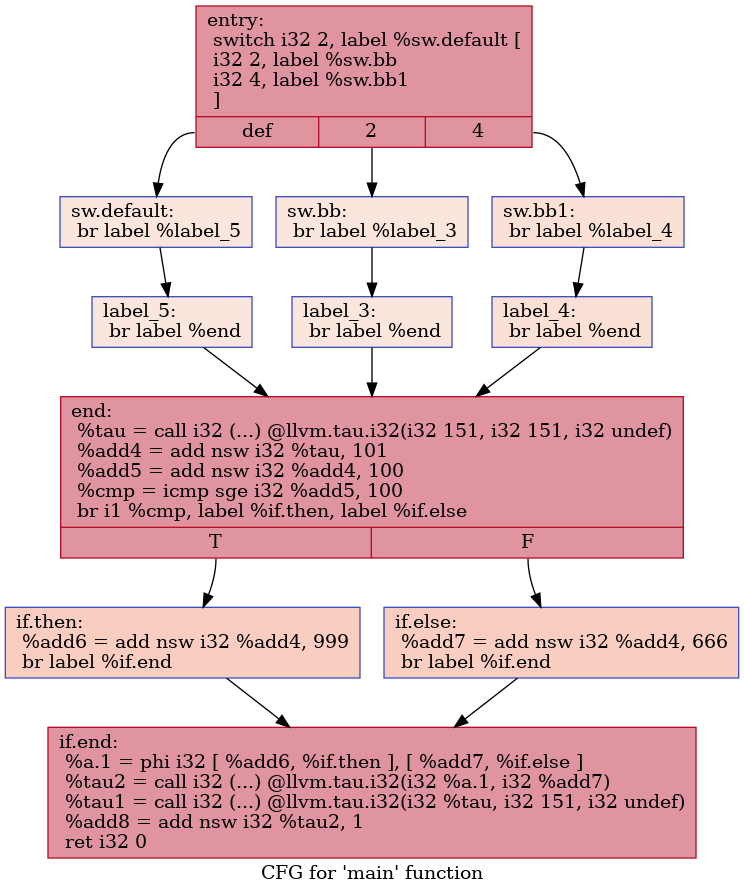
Earlier version of the Graphviz export IR/cfg/specSCCP_HPSSA.dot.png (HPSSA-LLVM/HPSSA-LLVM). Its source is kept beside it as IR/cfg/specSCCP_HPSSA.dot.
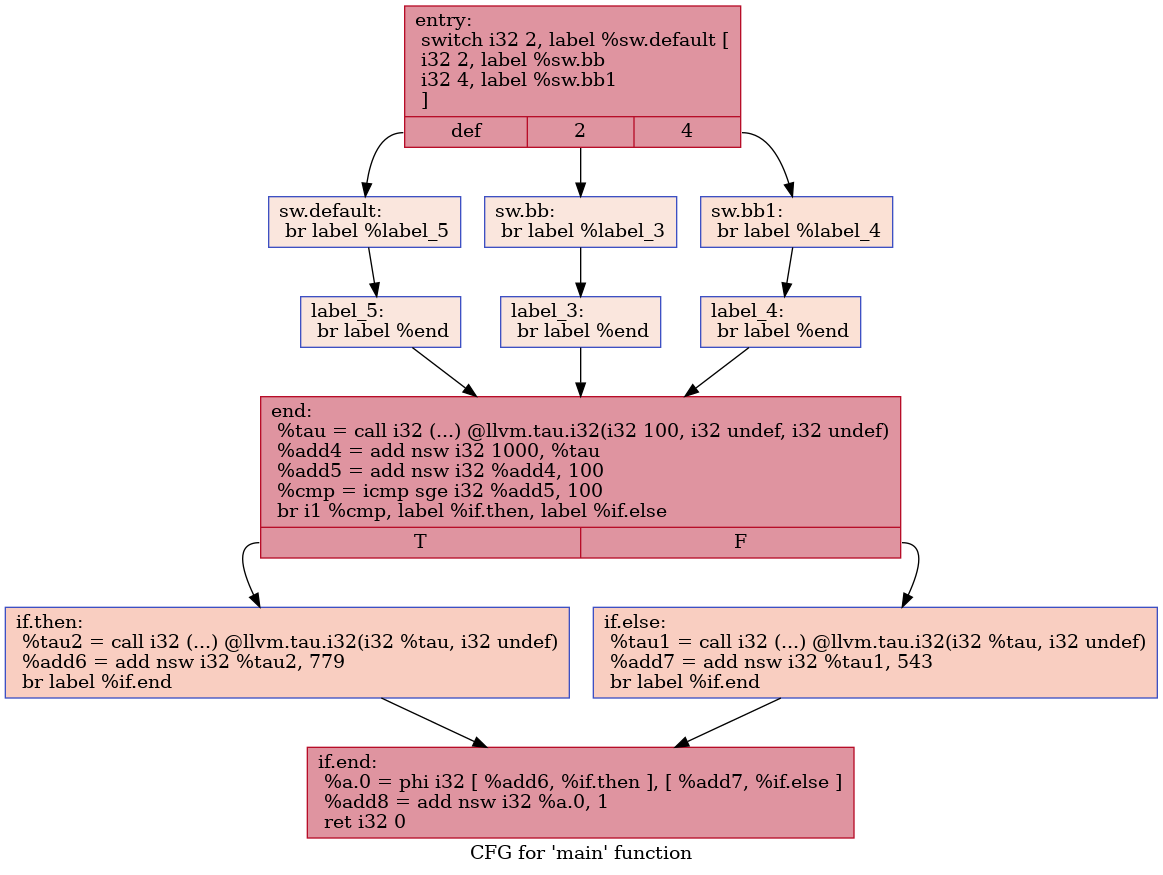
The same diagram one commit later.

What changed in the source:
```diff
@@ -1,28 +1,28 @@
 digraph "CFG for 'main' function" {
 	label="CFG for 'main' function";
 
-	Node0x5556ec7e8900 [shape=record,color="#b70d28ff", style=filled, fillcolor="#b70d2870",label="{entry:\l  switch i32 2, label %sw.default [\l    i32 2, label %sw.bb\l    i32 4, label %sw.bb1\l  ]\l|{<s0>def|<s1>2|<s2>4}}"];
-	Node0x5556ec7e8900:s0 -> Node0x5556ec7e8a30;
-	Node0x5556ec7e8900:s1 -> Node0x5556ec7e8ab0;
-	Node0x5556ec7e8900:s2 -> Node0x5556ec7e8b50;
-	Node0x5556ec7e8ab0 [shape=record,color="#3d50c3ff", style=filled, fillcolor="#f3c7b170",label="{sw.bb:                                            \l  br label %label_3\l}"];
-	Node0x5556ec7e8ab0 -> Node0x5556ec7e8ce0;
-	Node0x5556ec7e8b50 [shape=record,color="#3d50c3ff", style=filled, fillcolor="#f7bca170",label="{sw.bb1:                                           \l  br label %label_4\l}"];
-	Node0x5556ec7e8b50 -> Node0x5556ec7e8dc0;
-	Node0x5556ec7e8a30 [shape=record,color="#3d50c3ff", style=filled, fillcolor="#f3c7b170",label="{sw.default:                                       \l  br label %label_5\l}"];
-	Node0x5556ec7e8a30 -> Node0x5556ec7e8ea0;
-	Node0x5556ec7e8ce0 [shape=record,color="#3d50c3ff", style=filled, fillcolor="#f3c7b170",label="{label_3:                                          \l  br label %end\l}"];
-	Node0x5556ec7e8ce0 -> Node0x5556ec7e8f80;
-	Node0x5556ec7e8dc0 [shape=record,color="#3d50c3ff", style=filled, fillcolor="#f7bca170",label="{label_4:                                          \l  br label %end\l}"];
-	Node0x5556ec7e8dc0 -> Node0x5556ec7e8f80;
-	Node0x5556ec7e8ea0 [shape=record,color="#3d50c3ff", style=filled, fillcolor="#f3c7b170",label="{label_5:                                          \l  br label %end\l}"];
-	Node0x5556ec7e8ea0 -> Node0x5556ec7e8f80;
-	Node0x5556ec7e8f80 [shape=record,color="#b70d28ff", style=filled, fillcolor="#b70d2870",label="{end:                                              \l  %tau = call i32 (...) @llvm.tau.i32(i32 151, i32 151, i32 undef)\l  %add4 = add nsw i32 %tau, 101\l  %add5 = add nsw i32 %add4, 100\l  %cmp = icmp sge i32 %add5, 100\l  br i1 %cmp, label %if.then, label %if.else\l|{<s0>T|<s1>F}}"];
-	Node0x5556ec7e8f80:s0 -> Node0x5556ec7e9940;
-	Node0x5556ec7e8f80:s1 -> Node0x5556ec7e9b50;
-	Node0x5556ec7e9940 [shape=record,color="#3d50c3ff", style=filled, fillcolor="#f2907270",label="{if.then:                                          \l  %add6 = add nsw i32 %add4, 999\l  br label %if.end\l}"];
-	Node0x5556ec7e9940 -> Node0x5556ec7e9d50;
-	Node0x5556ec7e9b50 [shape=record,color="#3d50c3ff", style=filled, fillcolor="#f2907270",label="{if.else:                                          \l  %add7 = add nsw i32 %add4, 666\l  br label %if.end\l}"];
-	Node0x5556ec7e9b50 -> Node0x5556ec7e9d50;
-	Node0x5556ec7e9d50 [shape=record,color="#b70d28ff", style=filled, fillcolor="#b70d2870",label="{if.end:                                           \l  %a.1 = phi i32 [ %add6, %if.then ], [ %add7, %if.else ]\l  %tau2 = call i32 (...) @llvm.tau.i32(i32 %a.1, i32 %add7)\l  %tau1 = call i32 (...) @llvm.tau.i32(i32 %tau, i32 151, i32 undef)\l  %add8 = add nsw i32 %tau2, 1\l  ret i32 0\l}"];
+	Node0x559067cb18f0 [shape=record,color="#b70d28ff", style=filled, fillcolor="#b70d2870",label="{entry:\l  switch i32 2, label %sw.default [\l    i32 2, label %sw.bb\l    i32 4, label %sw.bb1\l  ]\l|{<s0>def|<s1>2|<s2>4}}"];
+	Node0x559067cb18f0:s0 -> Node0x559067cb1a20;
+	Node0x559067cb18f0:s1 -> Node0x559067cb1aa0;
+	Node0x559067cb18f0:s2 -> Node0x559067cb1b40;
+	Node0x559067cb1aa0 [shape=record,color="#3d50c3ff", style=filled, fillcolor="#f3c7b170",label="{sw.bb:                                            \l  br label %label_3\l}"];
+	Node0x559067cb1aa0 -> Node0x559067cb1cd0;
+	Node0x559067cb1b40 [shape=record,color="#3d50c3ff", style=filled, fillcolor="#f7bca170",label="{sw.bb1:                                           \l  br label %label_4\l}"];
+	Node0x559067cb1b40 -> Node0x559067cb1db0;
+	Node0x559067cb1a20 [shape=record,color="#3d50c3ff", style=filled, fillcolor="#f3c7b170",label="{sw.default:                                       \l  br label %label_5\l}"];
+	Node0x559067cb1a20 -> Node0x559067cb1e90;
+	Node0x559067cb1cd0 [shape=record,color="#3d50c3ff", style=filled, fillcolor="#f3c7b170",label="{label_3:                                          \l  br label %end\l}"];
+	Node0x559067cb1cd0 -> Node0x559067cb1f70;
+	Node0x559067cb1db0 [shape=record,color="#3d50c3ff", style=filled, fillcolor="#f7bca170",label="{label_4:                                          \l  br label %end\l}"];
+	Node0x559067cb1db0 -> Node0x559067cb1f70;
+	Node0x559067cb1e90 [shape=record,color="#3d50c3ff", style=filled, fillcolor="#f3c7b170",label="{label_5:                                          \l  br label %end\l}"];
+	Node0x559067cb1e90 -> Node0x559067cb1f70;
+	Node0x559067cb1f70 [shape=record,color="#b70d28ff", style=filled, fillcolor="#b70d2870",label="{end:                                              \l  %tau = call i32 (...) @llvm.tau.i32(i32 100, i32 undef, i32 undef)\l  %add4 = add nsw i32 1000, %tau\l  %add5 = add nsw i32 %add4, 100\l  %cmp = icmp sge i32 %add5, 100\l  br i1 %cmp, label %if.then, label %if.else\l|{<s0>T|<s1>F}}"];
+	Node0x559067cb1f70:s0 -> Node0x559067cb2900;
+	Node0x559067cb1f70:s1 -> Node0x559067cb2b10;
+	Node0x559067cb2900 [shape=record,color="#3d50c3ff", style=filled, fillcolor="#f2907270",label="{if.then:                                          \l  %tau2 = call i32 (...) @llvm.tau.i32(i32 %tau, i32 undef)\l  %add6 = add nsw i32 %tau2, 779\l  br label %if.end\l}"];
+	Node0x559067cb2900 -> Node0x559067cb2e40;
+	Node0x559067cb2b10 [shape=record,color="#3d50c3ff", style=filled, fillcolor="#f2907270",label="{if.else:                                          \l  %tau1 = call i32 (...) @llvm.tau.i32(i32 %tau, i32 undef)\l  %add7 = add nsw i32 %tau1, 543\l  br label %if.end\l}"];
+	Node0x559067cb2b10 -> Node0x559067cb2e40;
+	Node0x559067cb2e40 [shape=record,color="#b70d28ff", style=filled, fillcolor="#b70d2870",label="{if.end:                                           \l  %a.0 = phi i32 [ %add6, %if.then ], [ %add7, %if.else ]\l  %add8 = add nsw i32 %a.0, 1\l  ret i32 0\l}"];
 }
```
